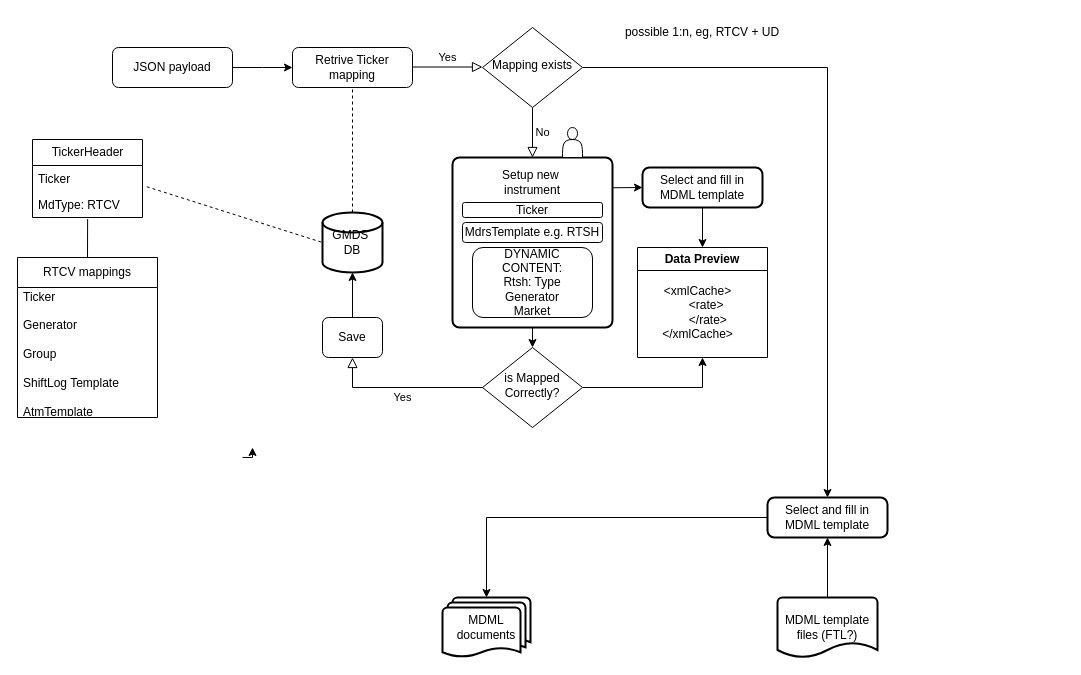
The draw.io diagram Untitled Diagram.drawio in abrzyski92/Test1, before the edit. Source tidied: cells renumbered, new cells numbered last; positions are measured from the earlier drawing's top-left corner, leaving out a move shared by most shapes. Both pictures are drawn from the tidied source at 100%, with x=0, y=0 at pixel (17, 17).
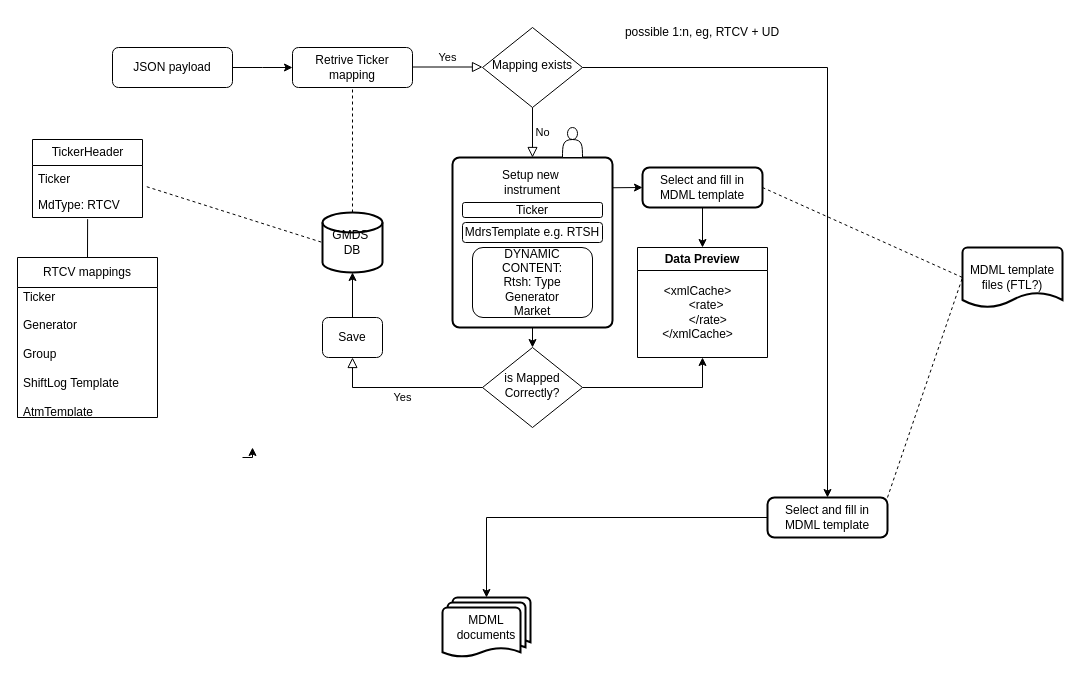
Above is the later version.

The change refers to these unchanged cells:
```xml
<mxCell id="15" value="Select and fill in MDML template" style="rounded=1;whiteSpace=wrap;html=1;absoluteArcSize=1;arcSize=14;strokeWidth=2;" parent="1" vertex="1">
  <mxGeometry x="750" y="480" width="120" height="40" as="geometry" />
</mxCell>
<mxCell id="28" value="Select and fill in MDML template" style="rounded=1;whiteSpace=wrap;html=1;absoluteArcSize=1;arcSize=14;strokeWidth=2;" parent="1" vertex="1">
  <mxGeometry x="625" y="150" width="120" height="40" as="geometry" />
</mxCell>
```

Diff of the diagram source:
```diff
@@
-    <mxCell id="40" style="edgeStyle=orthogonalEdgeStyle;rounded=0;jettySize=auto;html=1;entryX=0.5;entryY=1;entryDx=0;entryDy=0;" parent="1" edge="1" source="41" target="15">
-      <mxGeometry relative="1" as="geometry" />
-    </mxCell>
     <mxCell id="41" value="MDML template files (FTL?)" style="strokeWidth=2;html=1;shape=mxgraph.flowchart.document2;whiteSpace=wrap;size=0.25;" parent="1" vertex="1">
-      <mxGeometry x="760" y="580" width="100" height="60" as="geometry" />
+      <mxGeometry x="945" y="230" width="100" height="60" as="geometry" />
     </mxCell>
+    <mxCell id="42" style="endArrow=none;dashed=1;html=1;rounded=0;exitX=1;exitY=0.5;exitDx=0;exitDy=0;entryX=0;entryY=0.5;entryDx=0;entryDy=0;entryPerimeter=0;" parent="1" edge="1" source="28" target="41">
+      <mxGeometry relative="1" as="geometry" />
+    </mxCell>
+    <mxCell id="43" style="endArrow=none;dashed=1;html=1;rounded=0;exitX=1;exitY=0;exitDx=0;exitDy=0;entryX=0;entryY=0.5;entryDx=0;entryDy=0;entryPerimeter=0;" parent="1" edge="1" source="15" target="41">
+      <mxGeometry relative="1" as="geometry" />
+    </mxCell>
```
